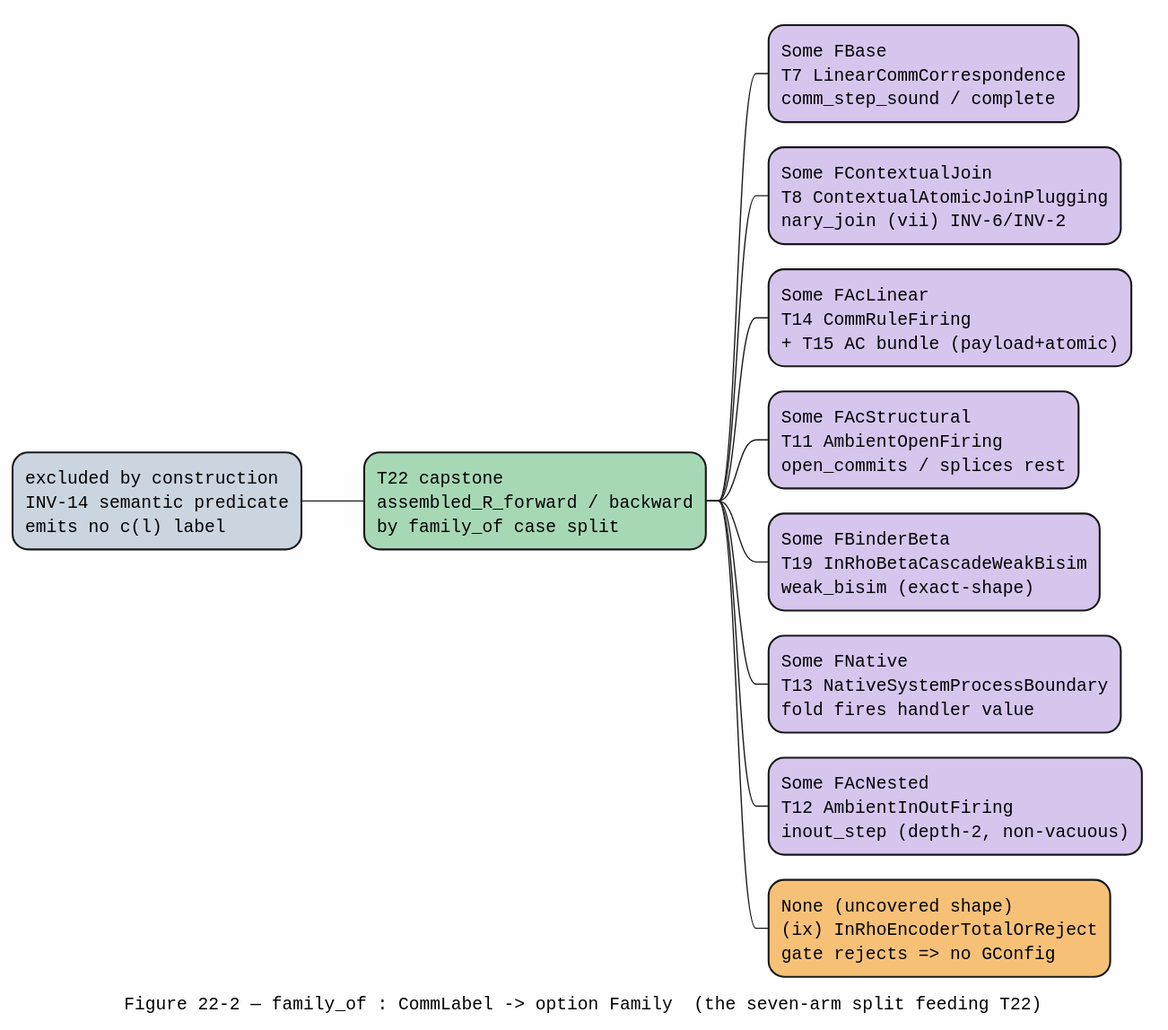
Before: docs/architecture/rho-native-integration/figures/22-family-split.svg, a diagram exported from PlantUML (F1R3FLY-io/mettail-rust). The source it was exported from:
```plantuml
@startmindmap
caption Figure 22-2 — family_of : CommLabel -> option Family  (the seven-arm split feeding T22)
skinparam backgroundColor #FEFEFE
skinparam defaultFontName monospaced
skinparam shadowing false

*[#A7D8B6] T22 capstone\nassembled_R_forward / backward\nby family_of case split
**[#D6C6EE] Some FBase\nT7 LinearCommCorrespondence\ncomm_step_sound / complete
**[#D6C6EE] Some FContextualJoin\nT8 ContextualAtomicJoinPlugging\nnary_join (vii) INV-6/INV-2
**[#D6C6EE] Some FAcLinear\nT14 CommRuleFiring\n+ T15 AC bundle (payload+atomic)
**[#D6C6EE] Some FAcStructural\nT11 AmbientOpenFiring\nopen_commits / splices rest
**[#D6C6EE] Some FBinderBeta\nT19 InRhoBetaCascadeWeakBisim\nweak_bisim (exact-shape)
**[#D6C6EE] Some FNative\nT13 NativeSystemProcessBoundary\nfold fires handler value
**[#D6C6EE] Some FAcNested\nT12 AmbientInOutFiring\ninout_step (depth-2, non-vacuous)
**[#F6C177] None (uncovered shape)\n(ix) InRhoEncoderTotalOrReject\ngate rejects => no GConfig
left side
**[#CBD5E0] excluded by construction\nINV-14 semantic predicate\nemits no c(l) label
@endmindmap
```
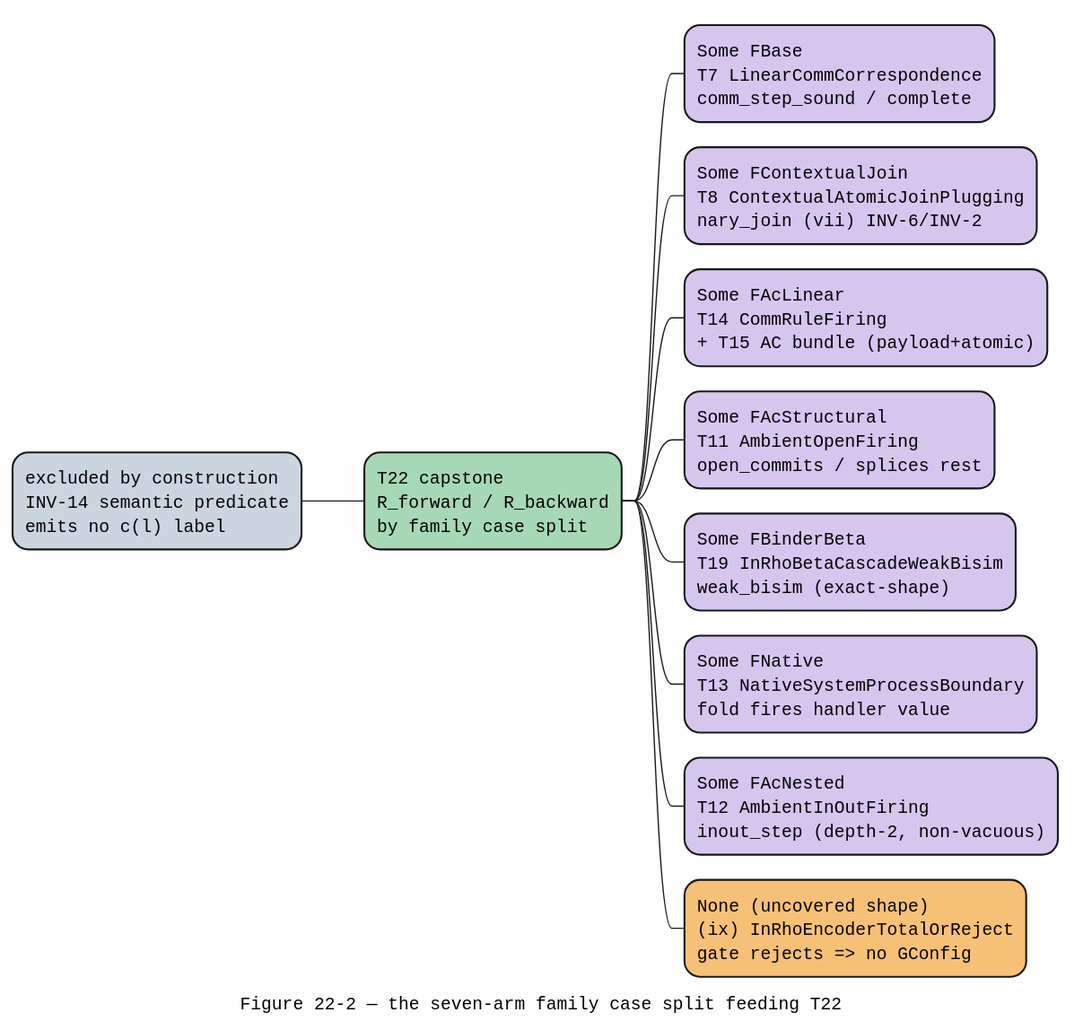
Later version of the same file.

Diff of the diagram source:
```diff
@@ -1,10 +1,10 @@
 @startmindmap
-caption Figure 22-2 — family_of : CommLabel -> option Family  (the seven-arm split feeding T22)
+caption Figure 22-2 — the seven-arm family case split feeding T22
 skinparam backgroundColor #FEFEFE
 skinparam defaultFontName monospaced
 skinparam shadowing false
 
-*[#A7D8B6] T22 capstone\nassembled_R_forward / backward\nby family_of case split
+*[#A7D8B6] T22 capstone\nR_forward / R_backward\nby family case split
 **[#D6C6EE] Some FBase\nT7 LinearCommCorrespondence\ncomm_step_sound / complete
 **[#D6C6EE] Some FContextualJoin\nT8 ContextualAtomicJoinPlugging\nnary_join (vii) INV-6/INV-2
 **[#D6C6EE] Some FAcLinear\nT14 CommRuleFiring\n+ T15 AC bundle (payload+atomic)
```
